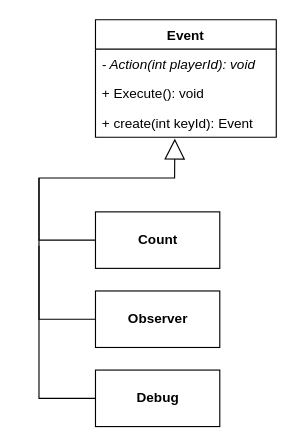
jsm150/OrangeMushroomStory keeps this draw.io diagram as Diagram/HotKey.drawio. Above is the earlier version. Source tidied: cells renumbered, new cells numbered last; positions are measured from the earlier drawing's top-left corner, leaving out a move shared by most shapes. Both pictures are drawn from the tidied source at 113%, with x=0, y=0 at pixel (38, 19).
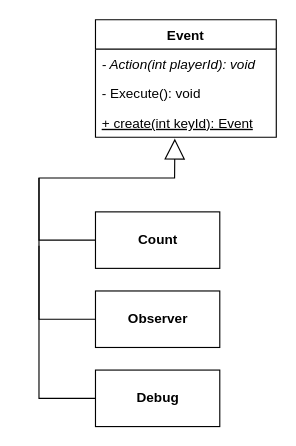
The same page after the edit.

What changed in the source:
```diff
@@
 <mxGraphModel>
   <root>
     <mxCell id="0" />
     <mxCell id="1" parent="0" />
     <mxCell id="2" value="Event" style="swimlane;fontStyle=1;align=center;verticalAlign=top;horizontal=1;startSize=26;" parent="1" vertex="1">
       <mxGeometry x="50" width="160" height="104" as="geometry" />
     </mxCell>
     <mxCell id="3" value="- Action(int playerId): void" style="text;strokeColor=none;fillColor=none;align=left;verticalAlign=top;spacingLeft=4;spacingRight=4;overflow=hidden;fontStyle=2;" parent="2" vertex="1">
       <mxGeometry y="26" width="160" height="26" as="geometry" />
     </mxCell>
-    <mxCell id="4" value="+ Execute(): void" style="text;strokeColor=none;fillColor=none;align=left;verticalAlign=top;spacingLeft=4;spacingRight=4;overflow=hidden;fontStyle=0;" parent="2" vertex="1">
+    <mxCell id="4" value="- Execute(): void" style="text;strokeColor=none;fillColor=none;align=left;verticalAlign=top;spacingLeft=4;spacingRight=4;overflow=hidden;fontStyle=0;" parent="2" vertex="1">
       <mxGeometry y="52" width="160" height="26" as="geometry" />
     </mxCell>
-    <mxCell id="5" value="+ create(int keyId): Event" style="text;strokeColor=none;fillColor=none;align=left;verticalAlign=top;spacingLeft=4;spacingRight=4;overflow=hidden;points=[[0,0.5],[1,0.5]];portConstraint=eastwest;fontStyle=0;" parent="2" vertex="1">
+    <mxCell id="5" value="+ create(int keyId): Event" style="text;strokeColor=none;fillColor=none;align=left;verticalAlign=top;spacingLeft=4;spacingRight=4;overflow=hidden;points=[[0,0.5],[1,0.5]];portConstraint=eastwest;fontStyle=4;" parent="2" vertex="1">
       <mxGeometry y="78" width="160" height="26" as="geometry" />
     </mxCell>
     <mxCell id="6" value="&lt;b&gt;Count&lt;br&gt;&lt;/b&gt;" style="html=1;" parent="1" vertex="1">
       <mxGeometry x="50" y="170" width="110" height="50" as="geometry" />
     </mxCell>
     <mxCell id="7" value="&lt;div style=&quot;line-height: 19px&quot;&gt;&lt;div style=&quot;line-height: 19px&quot;&gt;&lt;b&gt;Observer&lt;/b&gt;&lt;/div&gt;&lt;/div&gt;" style="html=1;align=center;" parent="1" vertex="1">
       <mxGeometry x="50" y="240" width="110" height="50" as="geometry" />
     </mxCell>
     <mxCell id="8" value="&lt;div style=&quot;line-height: 19px&quot;&gt;&lt;div style=&quot;line-height: 19px&quot;&gt;&lt;b&gt;Debug&lt;/b&gt;&lt;/div&gt;&lt;/div&gt;" style="html=1;align=center;" parent="1" vertex="1">
       <mxGeometry x="50" y="310" width="110" height="50" as="geometry" />
     </mxCell>
     <mxCell id="9" style="endArrow=block;endSize=16;endFill=0;html=1;exitX=0;exitY=0.5;exitDx=0;exitDy=0;rounded=0;entryX=0.439;entryY=1.045;entryDx=0;entryDy=0;entryPerimeter=0;" parent="1" edge="1" source="6" target="5">
       <mxGeometry y="-38" relative="1" as="geometry">
         <Array as="points">
           <mxPoint y="195" />
           <mxPoint y="140" />
           <mxPoint x="120" y="140" />
         </Array>
         <mxPoint y="1" as="offset" />
       </mxGeometry>
     </mxCell>
     <mxCell id="10" style="endArrow=none;html=1;rounded=0;exitX=0;exitY=0.5;exitDx=0;exitDy=0;" parent="1" edge="1" source="7">
       <mxGeometry relative="1" as="geometry">
         <mxPoint y="140" as="targetPoint" />
         <Array as="points">
           <mxPoint y="265" />
         </Array>
       </mxGeometry>
     </mxCell>
     <mxCell id="11" style="endArrow=none;html=1;rounded=0;exitX=0;exitY=0.5;exitDx=0;exitDy=0;" parent="1" edge="1" source="8">
       <mxGeometry relative="1" as="geometry">
         <mxPoint y="200" as="targetPoint" />
         <Array as="points">
           <mxPoint y="335" />
         </Array>
       </mxGeometry>
     </mxCell>
   </root>
 </mxGraphModel>
```
